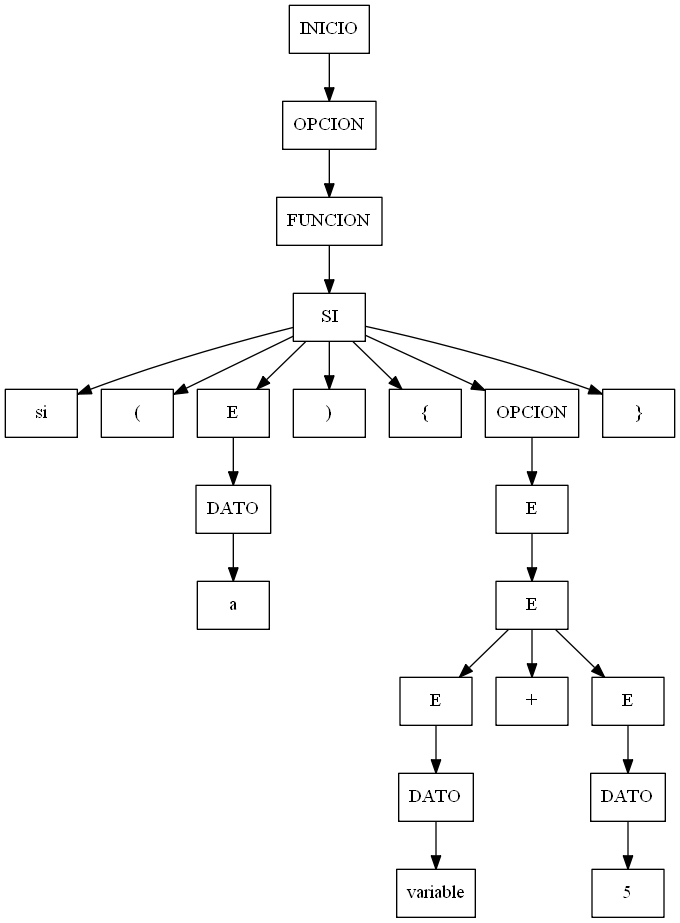
EleazarLopezOsuna/2019-SegundoSemestre-Compiladores1 keeps this Graphviz diagram as arbol.png. Above is the earlier version. Its source is kept beside it as arbol.dot. Source of this version:
```dot
digraph G{
node[shape=box];
rankdir=UD;

"22_INICIO"[label = "INICIO"];
"21_OPCION"[label = "OPCION"];
"22_INICIO"->"21_OPCION";
"21_OPCION"[label = "OPCION"];
"20_FUNCION"[label = "FUNCION"];
"21_OPCION"->"20_FUNCION";
"20_FUNCION"[label = "FUNCION"];
"19_SI"[label = "SI"];
"20_FUNCION"->"19_SI";
"19_SI"[label = "SI"];
"14_si"[label = "si"];
"19_SI"->"14_si";
"19_SI"[label = "SI"];
"15_parentesisA"[label = "("];
"19_SI"->"15_parentesisA";
"19_SI"[label = "SI"];
"3_E"[label = "E"];
"19_SI"->"3_E";
"3_E"[label = "E"];
"2_DATO"[label = "DATO"];
"3_E"->"2_DATO";
"2_DATO"[label = "DATO"];
"1_caracter"[label = "a"];
"2_DATO"->"1_caracter";
"19_SI"[label = "SI"];
"16_parentesisC"[label = ")"];
"19_SI"->"16_parentesisC";
"19_SI"[label = "SI"];
"17_llaveA"[label = "{"];
"19_SI"->"17_llaveA";
"19_SI"[label = "SI"];
"13_OPCION"[label = "OPCION"];
"19_SI"->"13_OPCION";
"13_OPCION"[label = "OPCION"];
"12_E"[label = "E"];
"13_OPCION"->"12_E";
"12_E"[label = "E"];
"11_E"[label = "E"];
"12_E"->"11_E";
"11_E"[label = "E"];
"6_E"[label = "E"];
"11_E"->"6_E";
"6_E"[label = "E"];
"5_DATO"[label = "DATO"];
"6_E"->"5_DATO";
"5_DATO"[label = "DATO"];
"4_identificador"[label = "variable"];
"5_DATO"->"4_identificador";
"11_E"[label = "E"];
"10_suma"[label = "+"];
"11_E"->"10_suma";
"11_E"[label = "E"];
"9_E"[label = "E"];
"11_E"->"9_E";
"9_E"[label = "E"];
"8_DATO"[label = "DATO"];
"9_E"->"8_DATO";
"8_DATO"[label = "DATO"];
"7_entero"[label = "5"];
"8_DATO"->"7_entero";
"19_SI"[label = "SI"];
"18_llaveC"[label = "}"];
"19_SI"->"18_llaveC";


}
```
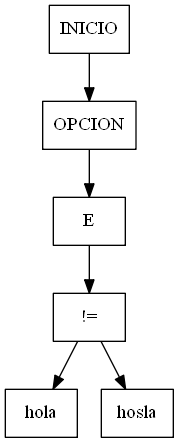
Above is the later version.

Diff of the diagram source:
```diff
@@ -2,69 +2,21 @@
 node[shape=box];
 rankdir=UD;
 
-"22_INICIO"[label = "INICIO"];
-"21_OPCION"[label = "OPCION"];
-"22_INICIO"->"21_OPCION";
-"21_OPCION"[label = "OPCION"];
-"20_FUNCION"[label = "FUNCION"];
-"21_OPCION"->"20_FUNCION";
-"20_FUNCION"[label = "FUNCION"];
-"19_SI"[label = "SI"];
-"20_FUNCION"->"19_SI";
-"19_SI"[label = "SI"];
-"14_si"[label = "si"];
-"19_SI"->"14_si";
-"19_SI"[label = "SI"];
-"15_parentesisA"[label = "("];
-"19_SI"->"15_parentesisA";
-"19_SI"[label = "SI"];
-"3_E"[label = "E"];
-"19_SI"->"3_E";
-"3_E"[label = "E"];
-"2_DATO"[label = "DATO"];
-"3_E"->"2_DATO";
-"2_DATO"[label = "DATO"];
-"1_caracter"[label = "a"];
-"2_DATO"->"1_caracter";
-"19_SI"[label = "SI"];
-"16_parentesisC"[label = ")"];
-"19_SI"->"16_parentesisC";
-"19_SI"[label = "SI"];
-"17_llaveA"[label = "{"];
-"19_SI"->"17_llaveA";
-"19_SI"[label = "SI"];
-"13_OPCION"[label = "OPCION"];
-"19_SI"->"13_OPCION";
-"13_OPCION"[label = "OPCION"];
-"12_E"[label = "E"];
-"13_OPCION"->"12_E";
-"12_E"[label = "E"];
-"11_E"[label = "E"];
-"12_E"->"11_E";
-"11_E"[label = "E"];
-"6_E"[label = "E"];
-"11_E"->"6_E";
-"6_E"[label = "E"];
-"5_DATO"[label = "DATO"];
-"6_E"->"5_DATO";
-"5_DATO"[label = "DATO"];
-"4_identificador"[label = "variable"];
-"5_DATO"->"4_identificador";
-"11_E"[label = "E"];
-"10_suma"[label = "+"];
-"11_E"->"10_suma";
-"11_E"[label = "E"];
-"9_E"[label = "E"];
-"11_E"->"9_E";
-"9_E"[label = "E"];
-"8_DATO"[label = "DATO"];
-"9_E"->"8_DATO";
-"8_DATO"[label = "DATO"];
-"7_entero"[label = "5"];
-"8_DATO"->"7_entero";
-"19_SI"[label = "SI"];
-"18_llaveC"[label = "}"];
-"19_SI"->"18_llaveC";
+"6_INICIO"[label = "INICIO"];
+"5_OPCION"[label = "OPCION"];
+"6_INICIO"->"5_OPCION";
+"5_OPCION"[label = "OPCION"];
+"4_E"[label = "E"];
+"5_OPCION"->"4_E";
+"4_E"[label = "E"];
+"3_!="[label = "!="];
+"4_E"->"3_!=";
+"3_!="[label = "!="];
+"1_CADENA"[label = "hola"];
+"3_!="->"1_CADENA";
+"3_!="[label = "!="];
+"2_CADENA"[label = "hosla"];
+"3_!="->"2_CADENA";
 
 
 }
```
